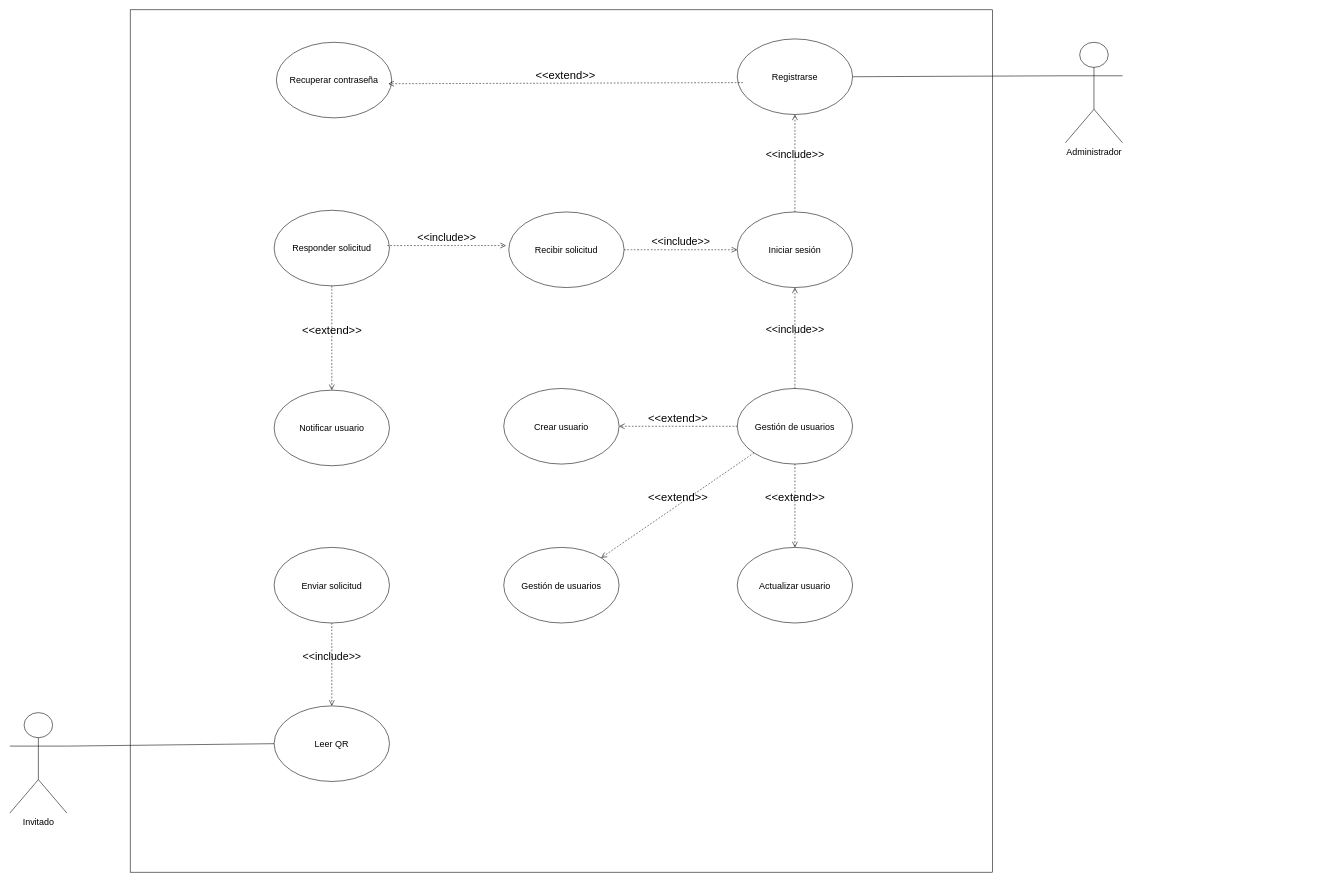
This is Diagramas/Casos_de_Uso.drawio from MrRevillod/SmartParking, a draw.io file, before an edit. Source tidied: cells renumbered, new cells numbered last; positions are measured from the earlier drawing's top-left corner, leaving out a move shared by most shapes. Both pictures are drawn from the tidied source at 56%, with x=0, y=0 at pixel (10, 10).
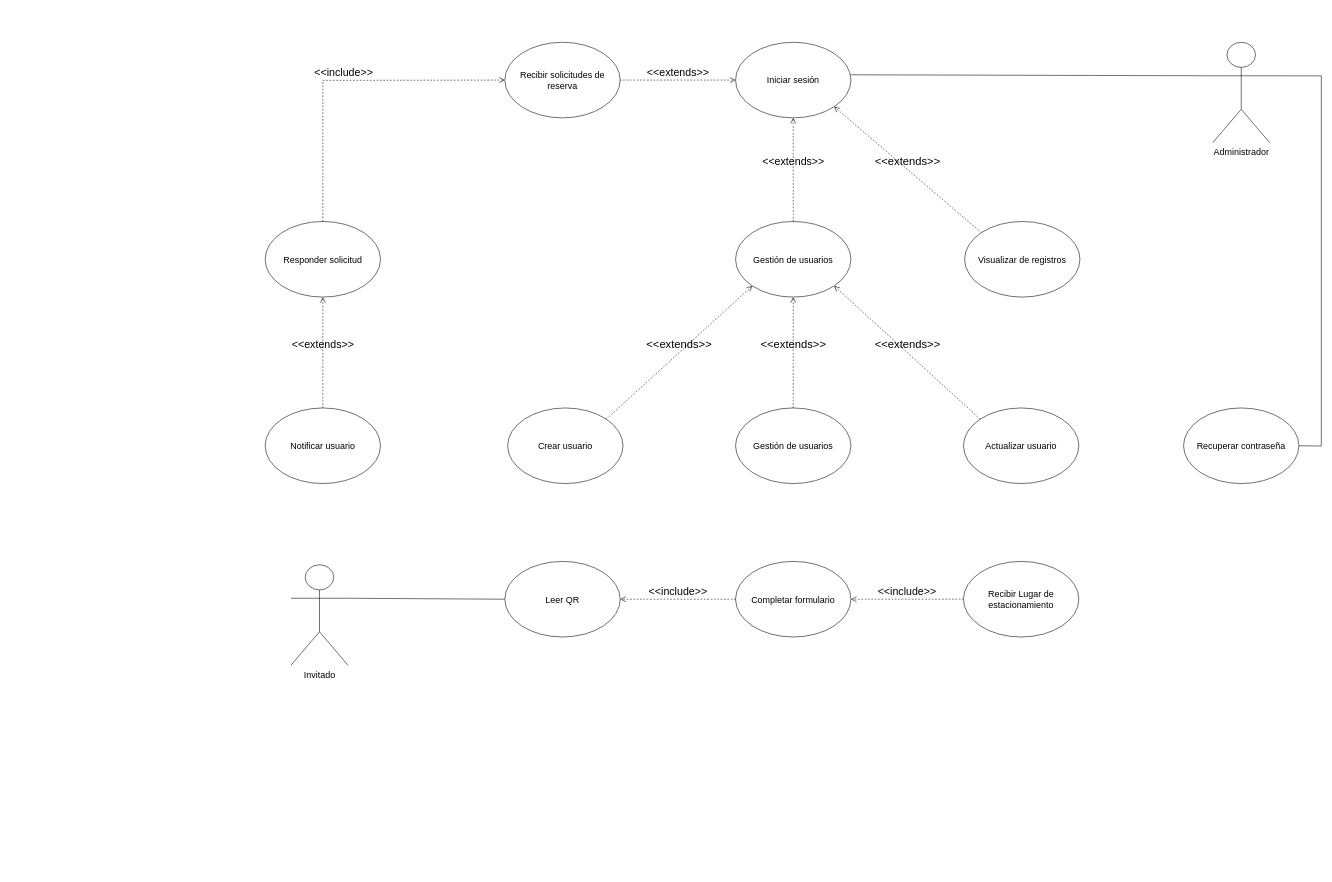
After the change.

The edit, as a diff of the source:
```diff
@@
-    <mxCell id="2" style="whiteSpace=wrap;html=1;fontSize=16;rotation=-90;" parent="1" vertex="1">
-      <mxGeometry x="215" width="1540" height="1540" as="geometry" />
-    </mxCell>
+    <mxCell id="29" style="edgeStyle=none;rounded=0;jettySize=auto;html=1;exitX=1;exitY=0.3333333333333333;exitDx=0;exitDy=0;exitPerimeter=0;entryX=1;entryY=0.5;entryDx=0;entryDy=0;fontSize=12;startSize=8;endSize=8;endArrow=none;endFill=0;" parent="1" edge="1" source="3" target="4">
+      <mxGeometry relative="1" as="geometry">
+        <Array as="points">
+          <mxPoint x="2342" y="118" />
+          <mxPoint x="2342" y="779" />
+        </Array>
+      </mxGeometry>
+    </mxCell>
     <mxCell id="3" value="Administrador" style="shape=umlActor;verticalLabelPosition=bottom;verticalAlign=top;html=1;outlineConnect=0;fontSize=16;" parent="1" vertex="1">
-      <mxGeometry x="1885" y="58" width="102" height="179.5" as="geometry" />
+      <mxGeometry x="2148" y="58" width="102" height="179.5" as="geometry" />
     </mxCell>
     <mxCell id="4" value="Recuperar contraseña" style="ellipse;whiteSpace=wrap;html=1;fontSize=16;" parent="1" vertex="1">
-      <mxGeometry x="476" y="58" width="206" height="135" as="geometry" />
+      <mxGeometry x="2096" y="711" width="206" height="135" as="geometry" />
     </mxCell>
-    <mxCell id="5" value="Iniciar sesión" style="ellipse;whiteSpace=wrap;html=1;fontSize=16;" parent="1" vertex="1">
-      <mxGeometry x="1299" y="361" width="206" height="135" as="geometry" />
-    </mxCell>
-    <mxCell id="6" style="edgeStyle=none;curved=1;rounded=0;jettySize=auto;html=1;exitX=1;exitY=0.5;exitDx=0;exitDy=0;entryX=0;entryY=0.3333333333333333;entryDx=0;entryDy=0;entryPerimeter=0;fontSize=12;startSize=8;endSize=8;endArrow=none;endFill=0;" parent="1" edge="1" source="7" target="3">
+    <mxCell id="6" style="edgeStyle=none;curved=1;rounded=0;jettySize=auto;html=1;exitX=0.996;exitY=0.43;exitDx=0;exitDy=0;entryX=0;entryY=0.3333333333333333;entryDx=0;entryDy=0;entryPerimeter=0;fontSize=12;startSize=8;endSize=8;endArrow=none;endFill=0;exitPerimeter=0;" parent="1" edge="1" source="5" target="3">
       <mxGeometry relative="1" as="geometry" />
     </mxCell>
-    <mxCell id="7" value="Registrarse" style="ellipse;whiteSpace=wrap;html=1;fontSize=16;" parent="1" vertex="1">
-      <mxGeometry x="1299" y="52" width="206" height="135" as="geometry" />
-    </mxCell>
-    <mxCell id="8" value="Recibir solicitud" style="ellipse;whiteSpace=wrap;html=1;fontSize=16;" parent="1" vertex="1">
-      <mxGeometry x="891" y="361" width="206" height="135" as="geometry" />
+    <mxCell id="8" value="Recibir solicitudes de reserva" style="ellipse;whiteSpace=wrap;html=1;fontSize=16;" parent="1" vertex="1">
+      <mxGeometry x="884" y="58" width="206" height="135" as="geometry" />
     </mxCell>
     <mxCell id="9" value="Notificar usuario" style="ellipse;whiteSpace=wrap;html=1;fontSize=16;" parent="1" vertex="1">
-      <mxGeometry x="472" y="679.2" width="206" height="135" as="geometry" />
+      <mxGeometry x="456" y="711" width="206" height="135" as="geometry" />
     </mxCell>
     <mxCell id="10" value="Responder solicitud" style="ellipse;whiteSpace=wrap;html=1;fontSize=16;" parent="1" vertex="1">
-      <mxGeometry x="472" y="358" width="206" height="135" as="geometry" />
+      <mxGeometry x="456" y="378" width="206" height="135" as="geometry" />
     </mxCell>
-    <mxCell id="11" value="&lt;font style=&quot;font-size: 20px;&quot;&gt;&amp;lt;&amp;lt;extend&amp;gt;&amp;gt;&lt;/font&gt;" style="endArrow=open;startArrow=none;endFill=0;startFill=0;endSize=8;html=1;verticalAlign=bottom;dashed=1;labelBackgroundColor=none;rounded=0;fontSize=12;curved=1;entryX=0.5;entryY=0;entryDx=0;entryDy=0;exitX=0.5;exitY=1;exitDx=0;exitDy=0;" parent="1" edge="1" source="10" target="9">
-      <mxGeometry relative="1" as="geometry" />
-    </mxCell>
-    <mxCell id="12" value="&lt;font style=&quot;font-size: 19px;&quot;&gt;&amp;lt;&amp;lt;include&amp;gt;&amp;gt;&lt;/font&gt;" style="endArrow=open;startArrow=none;endFill=0;startFill=0;endSize=8;html=1;verticalAlign=bottom;dashed=1;labelBackgroundColor=none;rounded=0;fontSize=12;curved=1;exitX=1;exitY=0.5;exitDx=0;exitDy=0;entryX=0;entryY=0.5;entryDx=0;entryDy=0;" parent="1" edge="1" source="8" target="5">
-      <mxGeometry relative="1" as="geometry" />
-    </mxCell>
@@
     <mxCell id="14" value="Invitado" style="shape=umlActor;verticalLabelPosition=bottom;verticalAlign=top;html=1;outlineConnect=0;fontSize=16;" parent="1" vertex="1">
-      <mxGeometry y="1255" width="102" height="179.5" as="geometry" />
+      <mxGeometry x="502" y="991" width="102" height="179.5" as="geometry" />
     </mxCell>
     <mxCell id="15" value="Leer QR" style="ellipse;whiteSpace=wrap;html=1;fontSize=16;" parent="1" vertex="1">
-      <mxGeometry x="472" y="1243" width="206" height="135" as="geometry" />
+      <mxGeometry x="884" y="985" width="206" height="135" as="geometry" />
     </mxCell>
-    <mxCell id="16" value="Enviar solicitud" style="ellipse;whiteSpace=wrap;html=1;fontSize=16;" parent="1" vertex="1">
-      <mxGeometry x="472" y="960" width="206" height="135" as="geometry" />
-    </mxCell>
-    <mxCell id="17" value="&lt;font style=&quot;font-size: 19px;&quot;&gt;&amp;lt;&amp;lt;include&amp;gt;&amp;gt;&lt;/font&gt;" style="endArrow=open;startArrow=none;endFill=0;startFill=0;endSize=8;html=1;verticalAlign=bottom;dashed=1;labelBackgroundColor=none;rounded=0;fontSize=12;curved=1;entryX=0.5;entryY=1;entryDx=0;entryDy=0;exitX=0.5;exitY=0;exitDx=0;exitDy=0;" parent="1" edge="1" source="5" target="7">
-      <mxGeometry relative="1" as="geometry" />
-    </mxCell>
-    <mxCell id="18" value="&lt;font style=&quot;font-size: 19px;&quot;&gt;&amp;lt;&amp;lt;include&amp;gt;&amp;gt;&lt;/font&gt;" style="endArrow=open;startArrow=none;endFill=0;startFill=0;endSize=8;html=1;verticalAlign=bottom;dashed=1;labelBackgroundColor=none;rounded=0;fontSize=12;curved=1;" parent="1" edge="1">
+    <mxCell id="18" value="&lt;font style=&quot;font-size: 19px;&quot;&gt;&amp;lt;&amp;lt;include&amp;gt;&amp;gt;&lt;/font&gt;" style="endArrow=open;startArrow=none;endFill=0;startFill=0;endSize=8;html=1;verticalAlign=bottom;dashed=1;labelBackgroundColor=none;rounded=0;fontSize=12;entryX=0;entryY=0.5;entryDx=0;entryDy=0;" parent="1" edge="1" source="10" target="8">
       <mxGeometry relative="1" as="geometry">
-        <mxPoint x="674" y="421" as="sourcePoint" />
-        <mxPoint x="886" y="421" as="targetPoint" />
+        <Array as="points">
+          <mxPoint x="559" y="126" />
+        </Array>
       </mxGeometry>
     </mxCell>
-    <mxCell id="19" value="Gestión de usuarios" style="ellipse;whiteSpace=wrap;html=1;fontSize=16;" parent="1" vertex="1">
-      <mxGeometry x="1299" y="676.2" width="206" height="135" as="geometry" />
-    </mxCell>
     <mxCell id="20" value="Crear usuario" style="ellipse;whiteSpace=wrap;html=1;fontSize=16;" parent="1" vertex="1">
-      <mxGeometry x="882" y="676.2" width="206" height="135" as="geometry" />
+      <mxGeometry x="889" y="711" width="206" height="135" as="geometry" />
     </mxCell>
-    <mxCell id="21" value="&lt;font style=&quot;font-size: 20px;&quot;&gt;&amp;lt;&amp;lt;extend&amp;gt;&amp;gt;&lt;/font&gt;" style="endArrow=open;startArrow=none;endFill=0;startFill=0;endSize=8;html=1;verticalAlign=bottom;dashed=1;labelBackgroundColor=none;rounded=0;fontSize=12;curved=1;exitX=0;exitY=0.5;exitDx=0;exitDy=0;" parent="1" edge="1">
-      <mxGeometry relative="1" as="geometry">
-        <mxPoint x="1309" y="130" as="sourcePoint" />
-        <mxPoint x="676" y="132" as="targetPoint" />
-      </mxGeometry>
-    </mxCell>
-    <mxCell id="22" value="&lt;font style=&quot;font-size: 20px;&quot;&gt;&amp;lt;&amp;lt;extend&amp;gt;&amp;gt;&lt;/font&gt;" style="endArrow=open;startArrow=none;endFill=0;startFill=0;endSize=8;html=1;verticalAlign=bottom;dashed=1;labelBackgroundColor=none;rounded=0;fontSize=12;curved=1;entryX=1;entryY=0.5;entryDx=0;entryDy=0;exitX=0;exitY=0.5;exitDx=0;exitDy=0;" parent="1" edge="1" source="19" target="20">
+    <mxCell id="22" value="&lt;font style=&quot;font-size: 20px;&quot;&gt;&amp;lt;&amp;lt;extends&amp;gt;&amp;gt;&lt;/font&gt;" style="endArrow=open;startArrow=none;endFill=0;startFill=0;endSize=8;html=1;verticalAlign=bottom;dashed=1;labelBackgroundColor=none;rounded=0;fontSize=12;curved=1;entryX=0;entryY=1;entryDx=0;entryDy=0;exitX=1;exitY=0;exitDx=0;exitDy=0;" parent="1" edge="1" source="20" target="19">
       <mxGeometry relative="1" as="geometry" />
     </mxCell>
     <mxCell id="23" value="Actualizar usuario" style="ellipse;whiteSpace=wrap;html=1;fontSize=16;" parent="1" vertex="1">
-      <mxGeometry x="1299" y="960" width="206" height="135" as="geometry" />
+      <mxGeometry x="1703" y="711" width="206" height="135" as="geometry" />
     </mxCell>
     <mxCell id="24" value="Gestión de usuarios" style="ellipse;whiteSpace=wrap;html=1;fontSize=16;" parent="1" vertex="1">
-      <mxGeometry x="882" y="960" width="206" height="135" as="geometry" />
+      <mxGeometry x="1296" y="711" width="206" height="135" as="geometry" />
     </mxCell>
-    <mxCell id="25" value="&lt;font style=&quot;font-size: 20px;&quot;&gt;&amp;lt;&amp;lt;extend&amp;gt;&amp;gt;&lt;/font&gt;" style="endArrow=open;startArrow=none;endFill=0;startFill=0;endSize=8;html=1;verticalAlign=bottom;dashed=1;labelBackgroundColor=none;rounded=0;fontSize=12;curved=1;exitX=0;exitY=1;exitDx=0;exitDy=0;" parent="1" edge="1" source="19" target="24">
+    <mxCell id="25" value="&lt;font style=&quot;font-size: 20px;&quot;&gt;&amp;lt;&amp;lt;extends&amp;gt;&amp;gt;&lt;/font&gt;" style="endArrow=open;startArrow=none;endFill=0;startFill=0;endSize=8;html=1;verticalAlign=bottom;dashed=1;labelBackgroundColor=none;rounded=0;fontSize=12;curved=1;exitX=0.5;exitY=0;exitDx=0;exitDy=0;entryX=0.5;entryY=1;entryDx=0;entryDy=0;" parent="1" edge="1" source="24" target="19">
       <mxGeometry relative="1" as="geometry" />
     </mxCell>
-    <mxCell id="26" value="&lt;font style=&quot;font-size: 20px;&quot;&gt;&amp;lt;&amp;lt;extend&amp;gt;&amp;gt;&lt;/font&gt;" style="endArrow=open;startArrow=none;endFill=0;startFill=0;endSize=8;html=1;verticalAlign=bottom;dashed=1;labelBackgroundColor=none;rounded=0;fontSize=12;curved=1;entryX=0.5;entryY=0;entryDx=0;entryDy=0;exitX=0.5;exitY=1;exitDx=0;exitDy=0;" parent="1" edge="1" source="19" target="23">
+    <mxCell id="26" value="&lt;font style=&quot;font-size: 20px;&quot;&gt;&amp;lt;&amp;lt;extends&amp;gt;&amp;gt;&lt;/font&gt;" style="endArrow=open;startArrow=none;endFill=0;startFill=0;endSize=8;html=1;verticalAlign=bottom;dashed=1;labelBackgroundColor=none;rounded=0;fontSize=12;curved=1;entryX=1;entryY=1;entryDx=0;entryDy=0;exitX=0;exitY=0;exitDx=0;exitDy=0;" parent="1" edge="1" source="23" target="19">
       <mxGeometry relative="1" as="geometry" />
     </mxCell>
-    <mxCell id="27" value="&lt;font style=&quot;font-size: 19px;&quot;&gt;&amp;lt;&amp;lt;include&amp;gt;&amp;gt;&lt;/font&gt;" style="endArrow=open;startArrow=none;endFill=0;startFill=0;endSize=8;html=1;verticalAlign=bottom;dashed=1;labelBackgroundColor=none;rounded=0;fontSize=12;curved=1;exitX=0.5;exitY=1;exitDx=0;exitDy=0;" parent="1" edge="1" source="16" target="15">
-      <mxGeometry relative="1" as="geometry" />
-    </mxCell>
+    <mxCell id="5" value="Iniciar sesión" style="ellipse;whiteSpace=wrap;html=1;fontSize=16;" parent="1" vertex="1">
+      <mxGeometry x="1296" y="58" width="206" height="135" as="geometry" />
+    </mxCell>
+    <mxCell id="12" value="&lt;font style=&quot;font-size: 19px;&quot;&gt;&amp;lt;&amp;lt;extends&amp;gt;&amp;gt;&lt;/font&gt;" style="endArrow=open;startArrow=none;endFill=0;startFill=0;endSize=8;html=1;verticalAlign=bottom;dashed=1;labelBackgroundColor=none;rounded=0;fontSize=12;curved=1;exitX=1;exitY=0.5;exitDx=0;exitDy=0;entryX=0;entryY=0.5;entryDx=0;entryDy=0;" parent="1" edge="1" source="8" target="5">
+      <mxGeometry relative="1" as="geometry" />
+    </mxCell>
+    <mxCell id="19" value="Gestión de usuarios" style="ellipse;whiteSpace=wrap;html=1;fontSize=16;" parent="1" vertex="1">
+      <mxGeometry x="1296" y="378" width="206" height="135" as="geometry" />
+    </mxCell>
-    <mxCell id="28" value="&lt;font style=&quot;font-size: 19px;&quot;&gt;&amp;lt;&amp;lt;include&amp;gt;&amp;gt;&lt;/font&gt;" style="endArrow=open;startArrow=none;endFill=0;startFill=0;endSize=8;html=1;verticalAlign=bottom;dashed=1;labelBackgroundColor=none;rounded=0;fontSize=12;curved=1;exitX=0.5;exitY=0;exitDx=0;exitDy=0;entryX=0.5;entryY=1;entryDx=0;entryDy=0;" parent="1" edge="1" source="19" target="5">
+    <mxCell id="28" value="&lt;font style=&quot;font-size: 19px;&quot;&gt;&amp;lt;&amp;lt;extends&amp;gt;&amp;gt;&lt;/font&gt;" style="endArrow=open;startArrow=none;endFill=0;startFill=0;endSize=8;html=1;verticalAlign=bottom;dashed=1;labelBackgroundColor=none;rounded=0;fontSize=12;curved=1;entryX=0.5;entryY=1;entryDx=0;entryDy=0;exitX=0.5;exitY=0;exitDx=0;exitDy=0;" parent="1" edge="1" source="19" target="5">
       <mxGeometry relative="1" as="geometry" />
     </mxCell>
+    <mxCell id="30" value="&lt;font style=&quot;font-size: 19px;&quot;&gt;&amp;lt;&amp;lt;extends&amp;gt;&amp;gt;&lt;/font&gt;" style="endArrow=open;startArrow=none;endFill=0;startFill=0;endSize=8;html=1;verticalAlign=bottom;dashed=1;labelBackgroundColor=none;rounded=0;fontSize=12;curved=1;entryX=0.5;entryY=1;entryDx=0;entryDy=0;exitX=0.5;exitY=0;exitDx=0;exitDy=0;" parent="1" edge="1" source="9" target="10">
+      <mxGeometry relative="1" as="geometry" />
+    </mxCell>
+    <mxCell id="31" value="Completar formulario" style="ellipse;whiteSpace=wrap;html=1;fontSize=16;" parent="1" vertex="1">
+      <mxGeometry x="1296" y="985" width="206" height="135" as="geometry" />
+    </mxCell>
+    <mxCell id="32" value="&lt;font style=&quot;font-size: 19px;&quot;&gt;&amp;lt;&amp;lt;include&amp;gt;&amp;gt;&lt;/font&gt;" style="endArrow=open;startArrow=none;endFill=0;startFill=0;endSize=8;html=1;verticalAlign=bottom;dashed=1;labelBackgroundColor=none;rounded=0;fontSize=12;curved=1;entryX=1;entryY=0.5;entryDx=0;entryDy=0;exitX=0;exitY=0.5;exitDx=0;exitDy=0;" parent="1" edge="1" source="31" target="15">
+      <mxGeometry relative="1" as="geometry" />
+    </mxCell>
+    <mxCell id="33" value="&lt;font style=&quot;font-size: 19px;&quot;&gt;&amp;lt;&amp;lt;include&amp;gt;&amp;gt;&lt;/font&gt;" style="endArrow=open;startArrow=none;endFill=0;startFill=0;endSize=8;html=1;verticalAlign=bottom;dashed=1;labelBackgroundColor=none;rounded=0;fontSize=12;curved=1;entryX=1;entryY=0.5;entryDx=0;entryDy=0;exitX=0;exitY=0.5;exitDx=0;exitDy=0;" parent="1" edge="1" source="34" target="31">
+      <mxGeometry relative="1" as="geometry" />
+    </mxCell>
+    <mxCell id="34" value="Recibir Lugar de estacionamiento" style="ellipse;whiteSpace=wrap;html=1;fontSize=16;" parent="1" vertex="1">
+      <mxGeometry x="1703" y="985" width="206" height="135" as="geometry" />
+    </mxCell>
+    <mxCell id="35" value="Visualizar de registros" style="ellipse;whiteSpace=wrap;html=1;fontSize=16;" parent="1" vertex="1">
+      <mxGeometry x="1705" y="378" width="206" height="135" as="geometry" />
+    </mxCell>
+    <mxCell id="36" value="&lt;font style=&quot;font-size: 20px;&quot;&gt;&amp;lt;&amp;lt;extends&amp;gt;&amp;gt;&lt;/font&gt;" style="endArrow=open;startArrow=none;endFill=0;startFill=0;endSize=8;html=1;verticalAlign=bottom;dashed=1;labelBackgroundColor=none;rounded=0;fontSize=12;curved=1;entryX=1;entryY=1;entryDx=0;entryDy=0;exitX=0;exitY=0;exitDx=0;exitDy=0;" parent="1" edge="1" source="35" target="5">
+      <mxGeometry relative="1" as="geometry" />
+    </mxCell>
```
